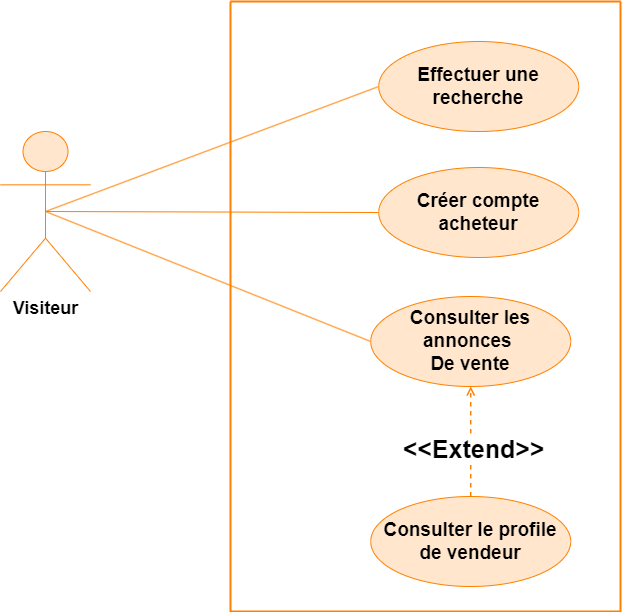
This is images/diagramme de cas v1.png from alizhassane/pfe, a draw.io export, as it was before one commit. Source tidied: cells renumbered, new cells last; positions are measured from the earlier drawing's top-left corner, leaving out a move shared by most shapes.
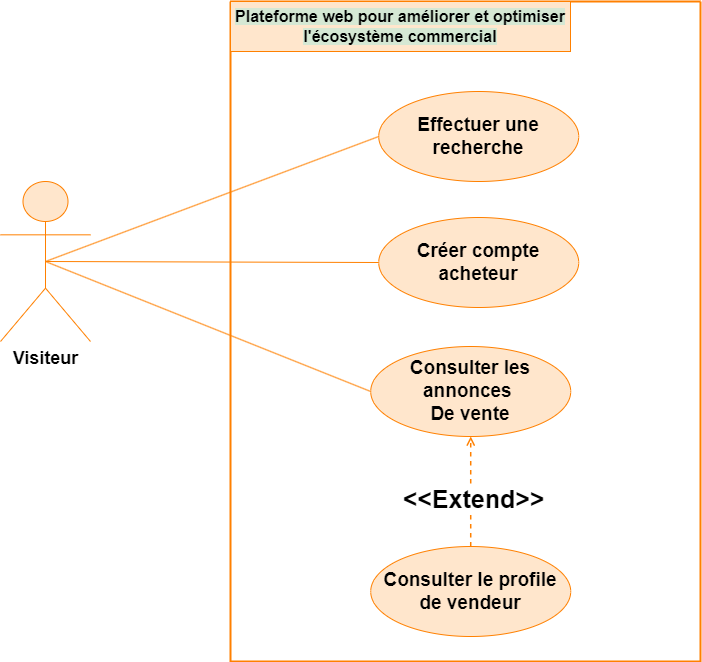
Above is the later version.

What changed in the source:
```diff
@@ -35,7 +35,10 @@
       <mxGeometry y="130" width="90" height="160" as="geometry" />
     </mxCell>
     <mxCell id="12" style="swimlane;startSize=0;strokeWidth=2;strokeColor=#FF8000;align=center;verticalAlign=middle;fontFamily=Helvetica;fontSize=12;fontColor=default;fillColor=#FFE6CC;" parent="1" vertex="1">
-      <mxGeometry x="230" width="390" height="610" as="geometry" />
+      <mxGeometry x="230" y="-50" width="470" height="660" as="geometry" />
     </mxCell>
+    <mxCell id="13" value="&lt;div style=&quot;text-wrap: nowrap; font-size: 16px;&quot;&gt;&lt;font style=&quot;background-color: rgb(213, 232, 212); font-size: 16px;&quot;&gt;Plateforme web pour améliorer et optimiser&lt;/font&gt;&lt;/div&gt;&lt;div style=&quot;text-wrap: nowrap; font-size: 16px;&quot;&gt;&lt;font style=&quot;background-color: rgb(213, 232, 212); font-size: 16px;&quot;&gt;l'écosystème commercial&lt;/font&gt;&lt;/div&gt;" style="html=1;whiteSpace=wrap;fontSize=12;fontStyle=1;strokeColor=#FF8000;align=center;verticalAlign=middle;fontFamily=Helvetica;fontColor=default;fillColor=#FFE6CC;" parent="12" vertex="1">
+      <mxGeometry width="340" height="50" as="geometry" />
+    </mxCell>
   </root>
 </mxGraphModel>
```
